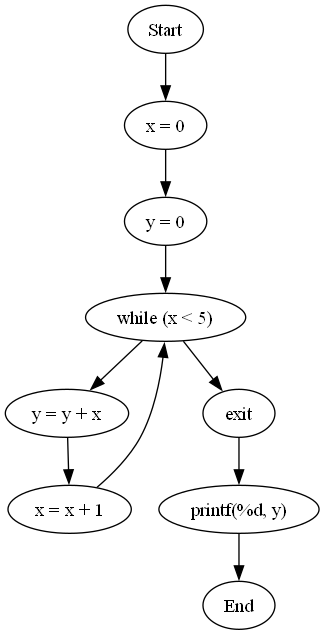
Before: cfg.png, a diagram exported from Graphviz (Akshay-X-Raj/Static-Code-Analyzer-for-a-C-like-Language-using-CFG-Based-Data-Flow-Analysis). Its source is kept beside it as cfg.dot.
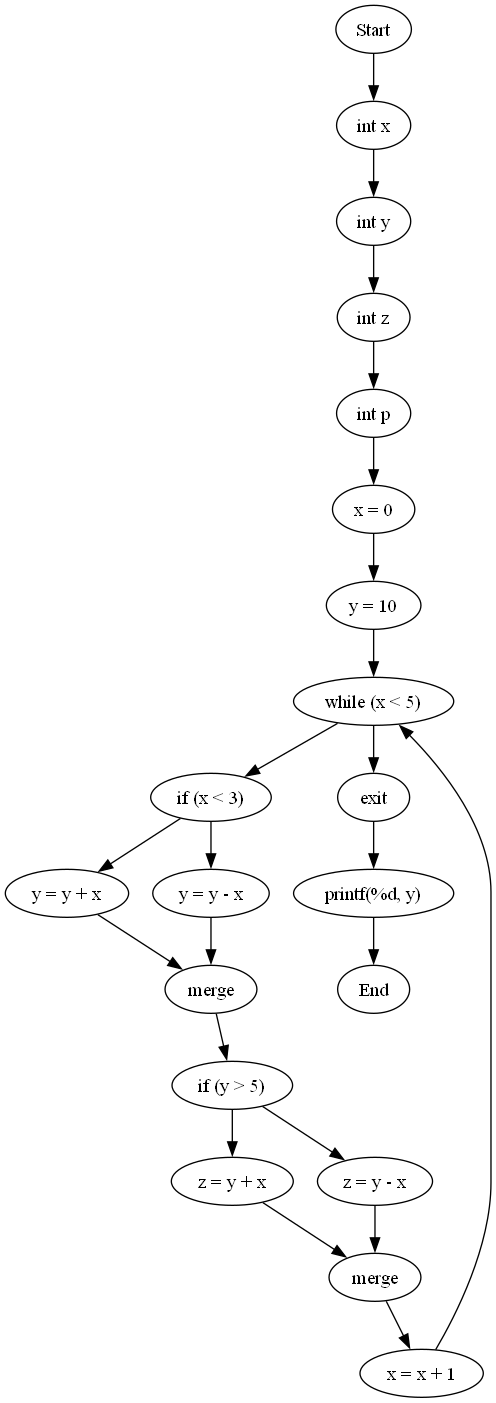
After the change.

What changed in the source:
```diff
@@ -7,20 +7,38 @@
 2 -> 3;
 3 [label="int z"];
 3 -> 4;
-4 [label="x = 0"];
+4 [label="int p"];
 4 -> 5;
-5 [label="y = 0"];
+5 [label="x = 0"];
 5 -> 6;
-6 [label="while (x < 5)"];
+6 [label="y = 10"];
 6 -> 7;
-7 [label="y = y + x"];
+7 [label="while (x < 5)"];
 7 -> 8;
-8 [label="x = x + 1"];
-8 -> 6;
-6 -> 9;
-9 [label="exit"];
-9 -> 10;
-10 [label="printf(%d, y)"];
+8 [label="if (x < 3)"];
+8 -> 9;
+9 [label="y = y + x"];
+9 -> 11;
+11 [label="merge"];
+11 -> 12;
+12 [label="if (y > 5)"];
+12 -> 13;
+13 [label="z = y + x"];
+13 -> 15;
+15 [label="merge"];
+15 -> 16;
+16 [label="x = x + 1"];
+16 -> 7;
+12 -> 14;
+14 [label="z = y - x"];
+14 -> 15;
+8 -> 10;
+10 [label="y = y - x"];
 10 -> 11;
-11 [label="End"];
+7 -> 17;
+17 [label="exit"];
+17 -> 18;
+18 [label="printf(%d, y)"];
+18 -> 19;
+19 [label="End"];
 }
```
